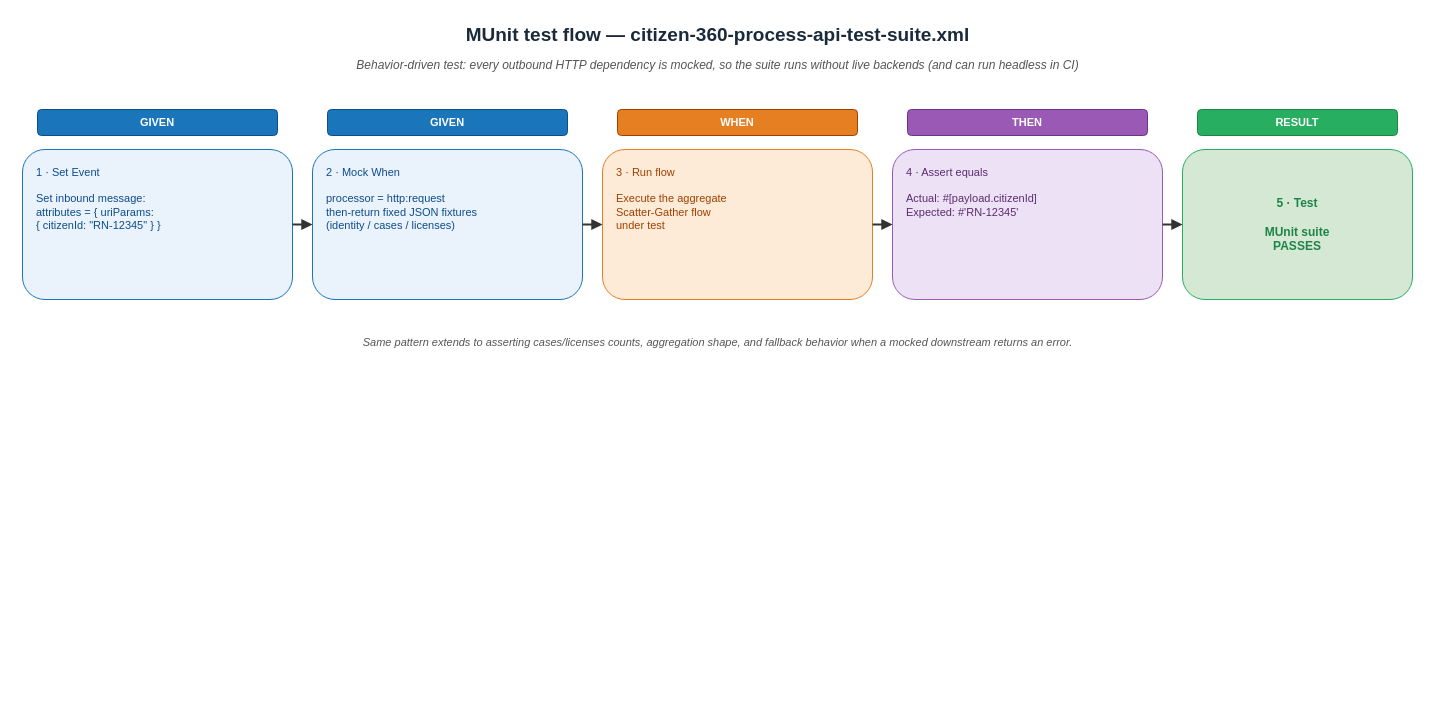
Above: docs/munit-testing.drawio in Bellick-Jiao/mulesoft-citizen360 (draw.io), before the change. Source tidied: cells renumbered, new cells numbered last; positions are measured from the earlier drawing's top-left corner, leaving out a move shared by most shapes. Both pictures are drawn from the tidied source at 100%, with x=0, y=0 at pixel (22, 17).
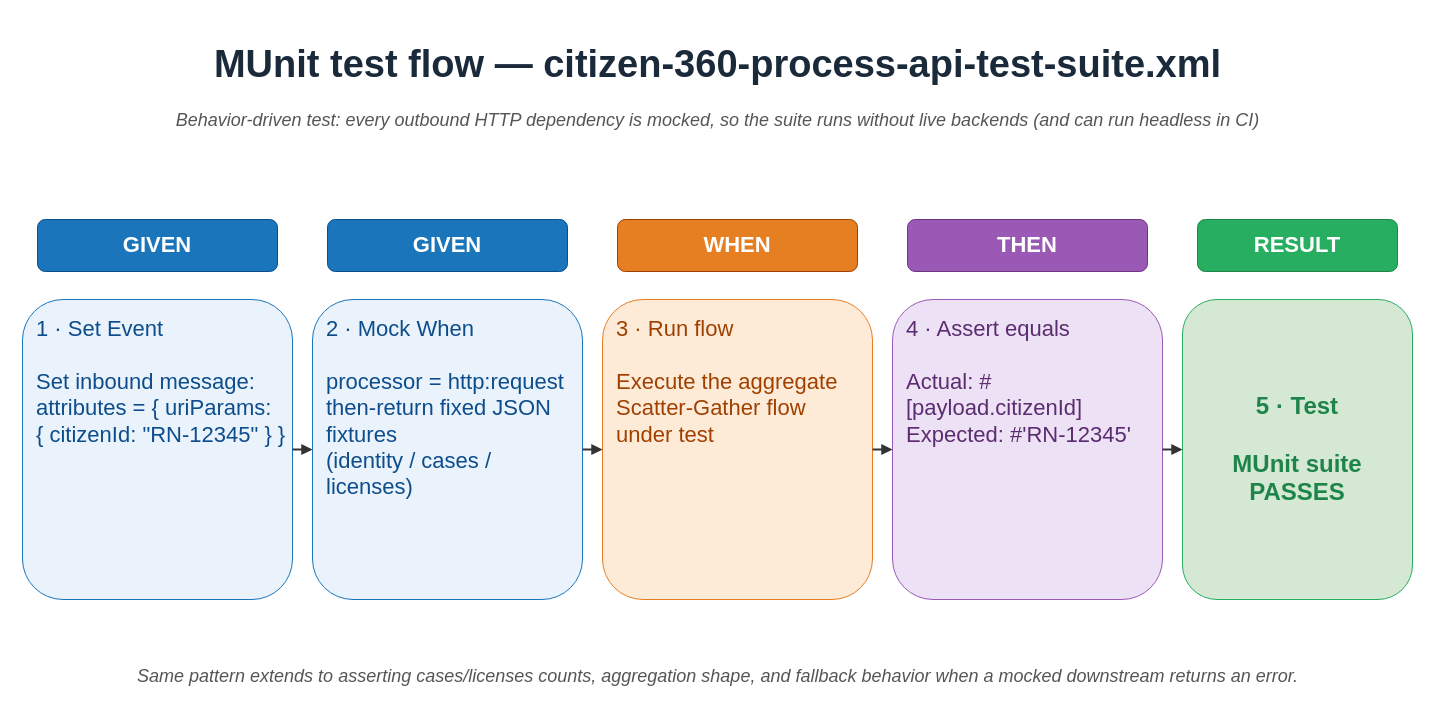
Above is the later version.

What changed in the source:
```diff
@@
 <mxGraphModel>
   <root>
     <mxCell id="0" />
     <mxCell id="1" parent="0" />
-    <mxCell id="2" value="MUnit test flow — citizen-360-process-api-test-suite.xml" style="text;html=1;fontSize=19;fontStyle=1;align=center;fontColor=#1a2a3a;" parent="1" vertex="1">
-      <mxGeometry x="295" width="800" height="30" as="geometry" />
+    <mxCell id="2" value="MUnit test flow — citizen-360-process-api-test-suite.xml" style="text;html=1;fontSize=38;fontStyle=1;align=center;fontColor=#1a2a3a;" parent="1" vertex="1">
+      <mxGeometry x="295" y="18" width="800" height="60" as="geometry" />
     </mxCell>
-    <mxCell id="3" value="Behavior-driven test: every outbound HTTP dependency is mocked, so the suite runs without live backends (and can run headless in CI)" style="text;html=1;fontSize=12;fontStyle=2;align=center;fontColor=#555555;" parent="1" vertex="1">
-      <mxGeometry x="195" y="34" width="1000" height="22" as="geometry" />
+    <mxCell id="3" value="Behavior-driven test: every outbound HTTP dependency is mocked, so the suite runs without live backends (and can run headless in CI)" style="text;html=1;fontSize=18;fontStyle=2;align=center;fontColor=#555555;" parent="1" vertex="1">
+      <mxGeometry x="-5" y="86" width="1400" height="44" as="geometry" />
     </mxCell>
-    <mxCell id="4" value="GIVEN" style="rounded=1;whiteSpace=wrap;html=1;fillColor=#1a75bb;strokeColor=#0d4d8c;fontColor=#ffffff;fontSize=11;fontStyle=1;" parent="1" vertex="1">
-      <mxGeometry x="15" y="92" width="240" height="26" as="geometry" />
+    <mxCell id="4" value="GIVEN" style="rounded=1;whiteSpace=wrap;html=1;fillColor=#1a75bb;strokeColor=#0d4d8c;fontColor=#ffffff;fontSize=22;fontStyle=1;" parent="1" vertex="1">
+      <mxGeometry x="15" y="202" width="240" height="52" as="geometry" />
     </mxCell>
-    <mxCell id="5" value="GIVEN" style="rounded=1;whiteSpace=wrap;html=1;fillColor=#1a75bb;strokeColor=#0d4d8c;fontColor=#ffffff;fontSize=11;fontStyle=1;" parent="1" vertex="1">
-      <mxGeometry x="305" y="92" width="240" height="26" as="geometry" />
+    <mxCell id="5" value="GIVEN" style="rounded=1;whiteSpace=wrap;html=1;fillColor=#1a75bb;strokeColor=#0d4d8c;fontColor=#ffffff;fontSize=22;fontStyle=1;" parent="1" vertex="1">
+      <mxGeometry x="305" y="202" width="240" height="52" as="geometry" />
     </mxCell>
-    <mxCell id="6" value="WHEN" style="rounded=1;whiteSpace=wrap;html=1;fillColor=#e67e22;strokeColor=#a04000;fontColor=#ffffff;fontSize=11;fontStyle=1;" parent="1" vertex="1">
-      <mxGeometry x="595" y="92" width="240" height="26" as="geometry" />
+    <mxCell id="6" value="WHEN" style="rounded=1;whiteSpace=wrap;html=1;fillColor=#e67e22;strokeColor=#a04000;fontColor=#ffffff;fontSize=22;fontStyle=1;" parent="1" vertex="1">
+      <mxGeometry x="595" y="202" width="240" height="52" as="geometry" />
     </mxCell>
-    <mxCell id="7" value="THEN" style="rounded=1;whiteSpace=wrap;html=1;fillColor=#9b59b6;strokeColor=#6c3483;fontColor=#ffffff;fontSize=11;fontStyle=1;" parent="1" vertex="1">
-      <mxGeometry x="885" y="92" width="240" height="26" as="geometry" />
+    <mxCell id="7" value="THEN" style="rounded=1;whiteSpace=wrap;html=1;fillColor=#9b59b6;strokeColor=#6c3483;fontColor=#ffffff;fontSize=22;fontStyle=1;" parent="1" vertex="1">
+      <mxGeometry x="885" y="202" width="240" height="52" as="geometry" />
     </mxCell>
-    <mxCell id="8" value="RESULT" style="rounded=1;whiteSpace=wrap;html=1;fillColor=#27ae60;strokeColor=#1e8449;fontColor=#ffffff;fontSize=11;fontStyle=1;" parent="1" vertex="1">
-      <mxGeometry x="1175" y="92" width="200" height="26" as="geometry" />
+    <mxCell id="8" value="RESULT" style="rounded=1;whiteSpace=wrap;html=1;fillColor=#27ae60;strokeColor=#1e8449;fontColor=#ffffff;fontSize=22;fontStyle=1;" parent="1" vertex="1">
+      <mxGeometry x="1175" y="202" width="200" height="52" as="geometry" />
     </mxCell>
-    <mxCell id="9" value="1 · Set Event&#10;&#10;Set inbound message:&#10;attributes = { uriParams:&#10;{ citizenId: &quot;RN-12345&quot; } }" style="rounded=1;whiteSpace=wrap;html=1;fillColor=#eaf2fb;strokeColor=#1a75bb;fontSize=11;align=left;spacingLeft=12;verticalAlign=top;spacingTop=10;fontColor=#0d4d8c;" parent="1" vertex="1">
-      <mxGeometry y="132" width="270" height="150" as="geometry" />
+    <mxCell id="9" value="1 · Set Event&#10;&#10;Set inbound message:&#10;attributes = { uriParams:&#10;{ citizenId: &quot;RN-12345&quot; } }" style="rounded=1;whiteSpace=wrap;html=1;fillColor=#eaf2fb;strokeColor=#1a75bb;fontSize=22;align=left;spacingLeft=12;verticalAlign=top;spacingTop=10;fontColor=#0d4d8c;" parent="1" vertex="1">
+      <mxGeometry y="282" width="270" height="300" as="geometry" />
     </mxCell>
-    <mxCell id="10" value="2 · Mock When&#10;&#10;processor = http:request&#10;then-return fixed JSON fixtures&#10;(identity / cases / licenses)" style="rounded=1;whiteSpace=wrap;html=1;fillColor=#eaf2fb;strokeColor=#1a75bb;fontSize=11;align=left;spacingLeft=12;verticalAlign=top;spacingTop=10;fontColor=#0d4d8c;" parent="1" vertex="1">
-      <mxGeometry x="290" y="132" width="270" height="150" as="geometry" />
+    <mxCell id="10" value="2 · Mock When&#10;&#10;processor = http:request&#10;then-return fixed JSON fixtures&#10;(identity / cases / licenses)" style="rounded=1;whiteSpace=wrap;html=1;fillColor=#eaf2fb;strokeColor=#1a75bb;fontSize=22;align=left;spacingLeft=12;verticalAlign=top;spacingTop=10;fontColor=#0d4d8c;" parent="1" vertex="1">
+      <mxGeometry x="290" y="282" width="270" height="300" as="geometry" />
     </mxCell>
-    <mxCell id="11" value="3 · Run flow&#10;&#10;Execute the aggregate&#10;Scatter-Gather flow&#10;under test" style="rounded=1;whiteSpace=wrap;html=1;fillColor=#fdebd8;strokeColor=#e67e22;fontSize=11;align=left;spacingLeft=12;verticalAlign=top;spacingTop=10;fontColor=#a04000;" parent="1" vertex="1">
-      <mxGeometry x="580" y="132" width="270" height="150" as="geometry" />
+    <mxCell id="11" value="3 · Run flow&#10;&#10;Execute the aggregate&#10;Scatter-Gather flow&#10;under test" style="rounded=1;whiteSpace=wrap;html=1;fillColor=#fdebd8;strokeColor=#e67e22;fontSize=22;align=left;spacingLeft=12;verticalAlign=top;spacingTop=10;fontColor=#a04000;" parent="1" vertex="1">
+      <mxGeometry x="580" y="282" width="270" height="300" as="geometry" />
     </mxCell>
-    <mxCell id="12" value="4 · Assert equals&#10;&#10;Actual:   #[payload.citizenId]&#10;Expected: #'RN-12345'" style="rounded=1;whiteSpace=wrap;html=1;fillColor=#ede1f5;strokeColor=#9b59b6;fontSize=11;align=left;spacingLeft=12;verticalAlign=top;spacingTop=10;fontColor=#5b2c6f;" parent="1" vertex="1">
-      <mxGeometry x="870" y="132" width="270" height="150" as="geometry" />
+    <mxCell id="12" value="4 · Assert equals&#10;&#10;Actual:   #[payload.citizenId]&#10;Expected: #'RN-12345'" style="rounded=1;whiteSpace=wrap;html=1;fillColor=#ede1f5;strokeColor=#9b59b6;fontSize=22;align=left;spacingLeft=12;verticalAlign=top;spacingTop=10;fontColor=#5b2c6f;" parent="1" vertex="1">
+      <mxGeometry x="870" y="282" width="270" height="300" as="geometry" />
     </mxCell>
-    <mxCell id="13" value="5 · Test&#10;&#10;MUnit suite&#10;PASSES" style="rounded=1;whiteSpace=wrap;html=1;fillColor=#d5e8d4;strokeColor=#27ae60;fontColor=#1e8449;fontSize=12;fontStyle=1;align=center;verticalAlign=middle;" parent="1" vertex="1">
-      <mxGeometry x="1160" y="132" width="230" height="150" as="geometry" />
+    <mxCell id="13" value="5 · Test&#10;&#10;MUnit suite&#10;PASSES" style="rounded=1;whiteSpace=wrap;html=1;fillColor=#d5e8d4;strokeColor=#27ae60;fontColor=#1e8449;fontSize=24;fontStyle=1;align=center;verticalAlign=middle;" parent="1" vertex="1">
+      <mxGeometry x="1160" y="282" width="230" height="300" as="geometry" />
     </mxCell>
     <mxCell id="14" style="edgeStyle=orthogonalEdgeStyle;rounded=1;html=1;strokeWidth=2;strokeColor=#333333;endArrow=block;exitX=1;exitY=0.5;entryX=0;entryY=0.5;" parent="1" edge="1" source="9" target="10">
       <mxGeometry relative="1" as="geometry" />
     </mxCell>
     <mxCell id="15" style="edgeStyle=orthogonalEdgeStyle;rounded=1;html=1;strokeWidth=2;strokeColor=#333333;endArrow=block;exitX=1;exitY=0.5;entryX=0;entryY=0.5;" parent="1" edge="1" source="10" target="11">
       <mxGeometry relative="1" as="geometry" />
     </mxCell>
     <mxCell id="16" style="edgeStyle=orthogonalEdgeStyle;rounded=1;html=1;strokeWidth=2;strokeColor=#333333;endArrow=block;exitX=1;exitY=0.5;entryX=0;entryY=0.5;" parent="1" edge="1" source="11" target="12">
       <mxGeometry relative="1" as="geometry" />
     </mxCell>
     <mxCell id="17" style="edgeStyle=orthogonalEdgeStyle;rounded=1;html=1;strokeWidth=2;strokeColor=#333333;endArrow=block;exitX=1;exitY=0.5;entryX=0;entryY=0.5;" parent="1" edge="1" source="12" target="13">
       <mxGeometry relative="1" as="geometry" />
     </mxCell>
-    <mxCell id="18" value="Same pattern extends to asserting cases/licenses counts, aggregation shape, and fallback behavior when a mocked downstream returns an error." style="text;html=1;fontSize=11;fontStyle=2;align=center;fontColor=#555555;" parent="1" vertex="1">
-      <mxGeometry x="195" y="312" width="1000" height="22" as="geometry" />
+    <mxCell id="18" value="Same pattern extends to asserting cases/licenses counts, aggregation shape, and fallback behavior when a mocked downstream returns an error." style="text;html=1;fontSize=18;fontStyle=2;align=center;fontColor=#555555;" parent="1" vertex="1">
+      <mxGeometry x="-5" y="642" width="1400" height="44" as="geometry" />
     </mxCell>
   </root>
 </mxGraphModel>
```
